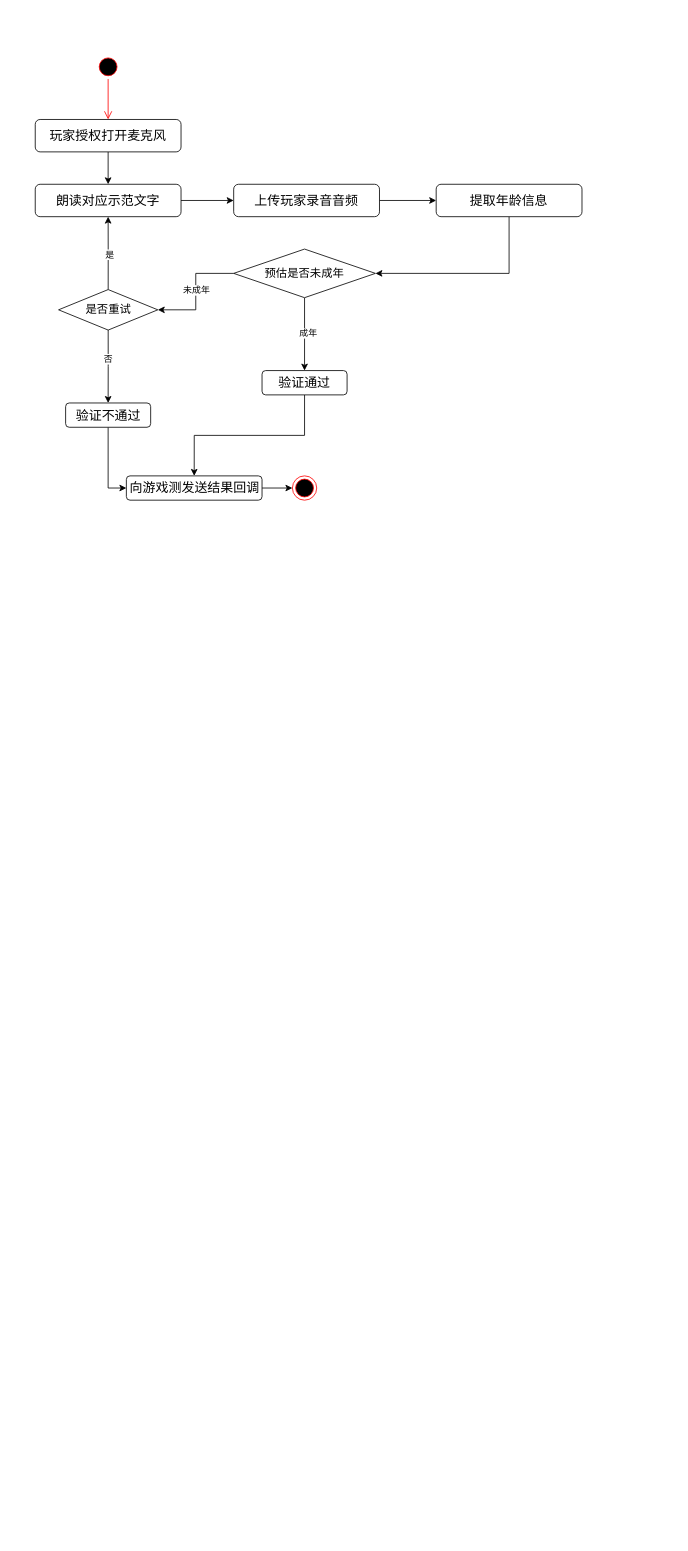
Chuhan1112/Chuhan1112.github.io keeps this draw.io diagram as 年龄预估活动图.drawio. Above is the earlier version. Source tidied: cells renumbered, new cells numbered last; positions are measured from the earlier drawing's top-left corner, leaving out a move shared by most shapes. Both pictures are drawn from the tidied source at 81%, with x=0, y=0 at pixel (35, 54).
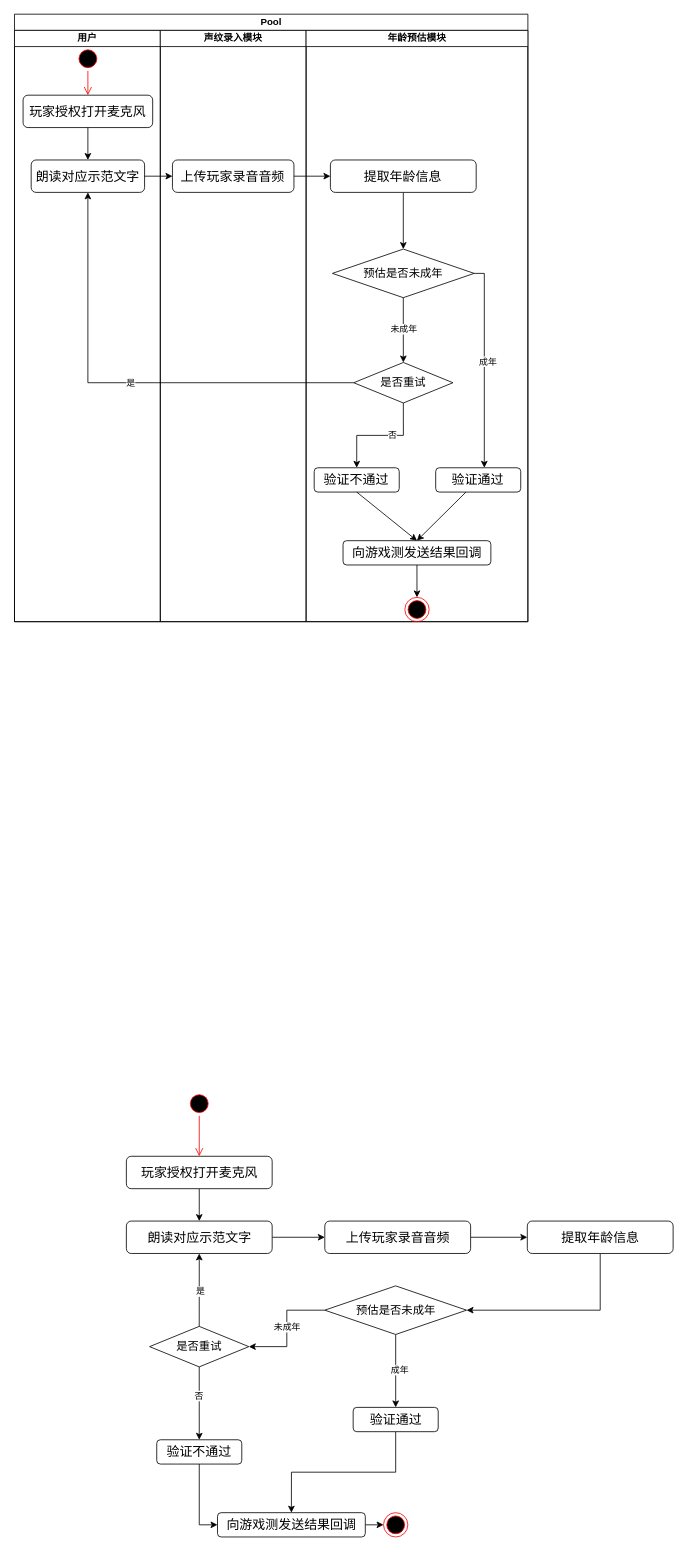
The same page after the edit.

Commit message:
更新年龄预估活动图.drawio

Diff of the diagram source:
```diff
@@
-    <mxCell id="2" style="ellipse;html=1;shape=endState;fillColor=#000000;strokeColor=#ff0000;" parent="1" vertex="1">
-      <mxGeometry x="317.5" y="520" width="30" height="30" as="geometry" />
-    </mxCell>
+    <mxCell id="29" style="ellipse;html=1;shape=endState;fillColor=#000000;strokeColor=#ff0000;" parent="1" vertex="1">
+      <mxGeometry x="430" y="1800" width="30" height="30" as="geometry" />
+    </mxCell>
+    <mxCell id="30" style="ellipse;html=1;shape=startState;fillColor=#000000;strokeColor=#ff0000;" parent="1" vertex="1">
+      <mxGeometry x="187.5" y="1280" width="30" height="30" as="geometry" />
+    </mxCell>
+    <mxCell id="31" style="edgeStyle=orthogonalEdgeStyle;html=1;verticalAlign=bottom;endArrow=open;endSize=8;strokeColor=#ff0000;rounded=0;entryX=0.5;entryY=0;entryDx=0;entryDy=0;" parent="1" edge="1" source="30" target="33">
+      <mxGeometry relative="1" as="geometry" />
+    </mxCell>
+    <mxCell id="32" style="edgeStyle=orthogonalEdgeStyle;rounded=0;jettySize=auto;html=1;" parent="1" edge="1" source="33" target="35">
+      <mxGeometry relative="1" as="geometry" />
+    </mxCell>
+    <mxCell id="33" value="&lt;font style=&quot;font-size: 16px;&quot; face=&quot;Lucida Console&quot;&gt;玩家授权打开麦克风&lt;/font&gt;" style="rounded=1;whiteSpace=wrap;html=1;" parent="1" vertex="1">
+      <mxGeometry x="112.5" y="1360" width="180" height="40" as="geometry" />
+    </mxCell>
+    <mxCell id="34" style="edgeStyle=orthogonalEdgeStyle;rounded=0;jettySize=auto;html=1;exitX=1;exitY=0.5;exitDx=0;exitDy=0;entryX=0;entryY=0.5;entryDx=0;entryDy=0;" parent="1" edge="1" source="35" target="37">
+      <mxGeometry relative="1" as="geometry" />
+    </mxCell>
+    <mxCell id="35" value="&lt;font face=&quot;Lucida Console&quot; style=&quot;font-size: 16px;&quot;&gt;朗读对应示范文字&lt;/font&gt;" style="rounded=1;whiteSpace=wrap;html=1;" parent="1" vertex="1">
+      <mxGeometry x="112.5" y="1440" width="180" height="40" as="geometry" />
+    </mxCell>
+    <mxCell id="36" style="edgeStyle=orthogonalEdgeStyle;rounded=0;jettySize=auto;html=1;exitX=1;exitY=0.5;exitDx=0;exitDy=0;entryX=0;entryY=0.5;entryDx=0;entryDy=0;" parent="1" edge="1" source="37" target="39">
+      <mxGeometry relative="1" as="geometry" />
+    </mxCell>
+    <mxCell id="37" value="&lt;font face=&quot;Lucida Console&quot; style=&quot;font-size: 16px;&quot;&gt;上传玩家录音音频&lt;/font&gt;" style="rounded=1;whiteSpace=wrap;html=1;" parent="1" vertex="1">
+      <mxGeometry x="357.5" y="1440" width="180" height="40" as="geometry" />
+    </mxCell>
+    <mxCell id="38" style="edgeStyle=orthogonalEdgeStyle;rounded=0;jettySize=auto;html=1;exitX=0.5;exitY=1;exitDx=0;exitDy=0;entryX=1;entryY=0.5;entryDx=0;entryDy=0;" parent="1" edge="1" source="39" target="44">
+      <mxGeometry relative="1" as="geometry">
+        <Array as="points">
+          <mxPoint x="697.5" y="1550" />
+        </Array>
+      </mxGeometry>
+    </mxCell>
+    <mxCell id="39" value="&lt;font size=&quot;3&quot; face=&quot;Lucida Console&quot;&gt;提取年龄信息&lt;/font&gt;" style="rounded=1;whiteSpace=wrap;html=1;" parent="1" vertex="1">
+      <mxGeometry x="607.5" y="1440" width="180" height="40" as="geometry" />
+    </mxCell>
+    <mxCell id="40" style="edgeStyle=orthogonalEdgeStyle;rounded=0;jettySize=auto;html=1;exitX=0;exitY=0.5;exitDx=0;exitDy=0;entryX=1;entryY=0.5;entryDx=0;entryDy=0;" parent="1" edge="1" source="44" target="51">
+      <mxGeometry relative="1" as="geometry" />
+    </mxCell>
+    <mxCell id="41" value="未成年" style="edgeLabel;html=1;align=center;verticalAlign=middle;" parent="40" vertex="1">
+      <mxGeometry x="-0.04" y="-1" relative="1" as="geometry">
+        <mxPoint x="1" as="offset" />
+      </mxGeometry>
+    </mxCell>
+    <mxCell id="42" style="edgeStyle=orthogonalEdgeStyle;rounded=0;jettySize=auto;html=1;exitX=0.5;exitY=1;exitDx=0;exitDy=0;" parent="1" edge="1" source="44" target="46">
+      <mxGeometry relative="1" as="geometry" />
+    </mxCell>
+    <mxCell id="43" value="成年" style="edgeLabel;html=1;align=center;verticalAlign=middle;" parent="42" vertex="1">
+      <mxGeometry x="-0.04" y="4" relative="1" as="geometry" />
+    </mxCell>
+    <mxCell id="44" value="&lt;span style=&quot;font-size: 14px;&quot;&gt;预估是否未成年&lt;/span&gt;" style="rhombus;whiteSpace=wrap;html=1;" parent="1" vertex="1">
+      <mxGeometry x="357.5" y="1520" width="175" height="60" as="geometry" />
+    </mxCell>
+    <mxCell id="45" style="edgeStyle=orthogonalEdgeStyle;rounded=0;jettySize=auto;html=1;entryX=0.5;entryY=0;entryDx=0;entryDy=0;" parent="1" edge="1" source="46" target="55">
+      <mxGeometry relative="1" as="geometry" />
+    </mxCell>
+    <mxCell id="46" value="&lt;font size=&quot;3&quot; face=&quot;Lucida Console&quot;&gt;验证通过&lt;/font&gt;" style="rounded=1;whiteSpace=wrap;html=1;" parent="1" vertex="1">
+      <mxGeometry x="392.5" y="1670" width="105" height="30" as="geometry" />
+    </mxCell>
+    <mxCell id="47" style="edgeStyle=orthogonalEdgeStyle;rounded=0;jettySize=auto;html=1;exitX=0.5;exitY=0;exitDx=0;exitDy=0;entryX=0.5;entryY=1;entryDx=0;entryDy=0;" parent="1" edge="1" source="51" target="35">
+      <mxGeometry relative="1" as="geometry" />
+    </mxCell>
+    <mxCell id="48" value="是" style="edgeLabel;html=1;align=center;verticalAlign=middle;" parent="47" vertex="1">
+      <mxGeometry x="-0.02" y="-1" relative="1" as="geometry" />
+    </mxCell>
+    <mxCell id="49" style="edgeStyle=orthogonalEdgeStyle;rounded=0;jettySize=auto;html=1;exitX=0.5;exitY=1;exitDx=0;exitDy=0;entryX=0.5;entryY=0;entryDx=0;entryDy=0;" parent="1" edge="1" source="51" target="53">
+      <mxGeometry relative="1" as="geometry" />
+    </mxCell>
+    <mxCell id="50" value="否" style="edgeLabel;html=1;align=center;verticalAlign=middle;" parent="49" vertex="1">
+      <mxGeometry x="-0.22" y="-1" relative="1" as="geometry" />
+    </mxCell>
+    <mxCell id="51" value="&lt;span style=&quot;font-size: 14px;&quot;&gt;是否重试&lt;/span&gt;" style="rhombus;whiteSpace=wrap;html=1;" parent="1" vertex="1">
+      <mxGeometry x="141.2" y="1570" width="122.5" height="50" as="geometry" />
+    </mxCell>
+    <mxCell id="52" style="edgeStyle=orthogonalEdgeStyle;rounded=0;jettySize=auto;html=1;exitX=0.5;exitY=1;exitDx=0;exitDy=0;entryX=0;entryY=0.5;entryDx=0;entryDy=0;" parent="1" edge="1" source="53" target="55">
+      <mxGeometry relative="1" as="geometry" />
+    </mxCell>
+    <mxCell id="53" value="&lt;font size=&quot;3&quot; face=&quot;Lucida Console&quot;&gt;验证不通过&lt;/font&gt;" style="rounded=1;whiteSpace=wrap;html=1;" parent="1" vertex="1">
+      <mxGeometry x="150" y="1710" width="105" height="30" as="geometry" />
+    </mxCell>
+    <mxCell id="54" style="edgeStyle=orthogonalEdgeStyle;rounded=0;jettySize=auto;html=1;exitX=1;exitY=0.5;exitDx=0;exitDy=0;entryX=0;entryY=0.5;entryDx=0;entryDy=0;" parent="1" edge="1" source="55" target="29">
+      <mxGeometry relative="1" as="geometry" />
+    </mxCell>
+    <mxCell id="55" value="&lt;font size=&quot;3&quot; face=&quot;Lucida Console&quot;&gt;向游戏测发送结果回调&lt;/font&gt;" style="rounded=1;whiteSpace=wrap;html=1;" parent="1" vertex="1">
+      <mxGeometry x="225" y="1800" width="182.5" height="30" as="geometry" />
+    </mxCell>
+    <mxCell id="56" value="Pool" style="swimlane;startSize=20;html=1;" parent="1" vertex="1">
+      <mxGeometry x="-25.6" y="-50" width="633.8" height="750" as="geometry" />
+    </mxCell>
+    <mxCell id="57" value="用户" style="swimlane;startSize=20;html=1;" parent="56" vertex="1">
+      <mxGeometry y="20" width="180" height="730" as="geometry" />
+    </mxCell>
-    <mxCell id="3" style="ellipse;html=1;shape=startState;fillColor=#000000;strokeColor=#ff0000;" parent="1" vertex="1">
-      <mxGeometry x="75" width="30" height="30" as="geometry" />
+    <mxCell id="3" style="ellipse;html=1;shape=startState;fillColor=#000000;strokeColor=#ff0000;" parent="57" vertex="1">
+      <mxGeometry x="75.6" y="20" width="30" height="30" as="geometry" />
     </mxCell>
-    <mxCell id="4" style="edgeStyle=orthogonalEdgeStyle;html=1;verticalAlign=bottom;endArrow=open;endSize=8;strokeColor=#ff0000;rounded=0;entryX=0.5;entryY=0;entryDx=0;entryDy=0;" parent="1" edge="1" source="3" target="6">
+    <mxCell id="4" style="edgeStyle=orthogonalEdgeStyle;html=1;verticalAlign=bottom;endArrow=open;endSize=8;strokeColor=#ff0000;rounded=0;entryX=0.5;entryY=0;entryDx=0;entryDy=0;" parent="57" edge="1" source="3" target="6">
       <mxGeometry relative="1" as="geometry" />
     </mxCell>
+    <mxCell id="6" value="&lt;font style=&quot;font-size: 16px;&quot; face=&quot;Lucida Console&quot;&gt;玩家授权打开麦克风&lt;/font&gt;" style="rounded=1;whiteSpace=wrap;html=1;" parent="57" vertex="1">
+      <mxGeometry x="10.6" y="80" width="160" height="40" as="geometry" />
+    </mxCell>
+    <mxCell id="8" value="&lt;font face=&quot;Lucida Console&quot; style=&quot;font-size: 16px;&quot;&gt;朗读对应示范文字&lt;/font&gt;" style="rounded=1;whiteSpace=wrap;html=1;" parent="57" vertex="1">
+      <mxGeometry x="20.6" y="160" width="140" height="40" as="geometry" />
+    </mxCell>
-    <mxCell id="5" style="edgeStyle=orthogonalEdgeStyle;rounded=0;jettySize=auto;html=1;" parent="1" edge="1" source="6" target="8">
+    <mxCell id="5" style="edgeStyle=orthogonalEdgeStyle;rounded=0;jettySize=auto;html=1;" parent="57" edge="1" source="6" target="8">
       <mxGeometry relative="1" as="geometry" />
     </mxCell>
-    <mxCell id="6" value="&lt;font style=&quot;font-size: 16px;&quot; face=&quot;Lucida Console&quot;&gt;玩家授权打开麦克风&lt;/font&gt;" style="rounded=1;whiteSpace=wrap;html=1;" parent="1" vertex="1">
-      <mxGeometry y="80" width="180" height="40" as="geometry" />
-    </mxCell>
+    <mxCell id="58" value="声纹录入模块" style="swimlane;startSize=20;html=1;" parent="56" vertex="1">
+      <mxGeometry x="180" y="20" width="180" height="730" as="geometry" />
+    </mxCell>
+    <mxCell id="10" value="&lt;font face=&quot;Lucida Console&quot; style=&quot;font-size: 16px;&quot;&gt;上传玩家录音音频&lt;/font&gt;" style="rounded=1;whiteSpace=wrap;html=1;" parent="58" vertex="1">
+      <mxGeometry x="15" y="160" width="150" height="40" as="geometry" />
+    </mxCell>
-    <mxCell id="7" style="edgeStyle=orthogonalEdgeStyle;rounded=0;jettySize=auto;html=1;exitX=1;exitY=0.5;exitDx=0;exitDy=0;entryX=0;entryY=0.5;entryDx=0;entryDy=0;" parent="1" edge="1" source="8" target="10">
+    <mxCell id="7" style="edgeStyle=orthogonalEdgeStyle;rounded=0;jettySize=auto;html=1;exitX=1;exitY=0.5;exitDx=0;exitDy=0;entryX=0;entryY=0.5;entryDx=0;entryDy=0;" parent="56" edge="1" source="8" target="10">
       <mxGeometry relative="1" as="geometry" />
     </mxCell>
-    <mxCell id="8" value="&lt;font face=&quot;Lucida Console&quot; style=&quot;font-size: 16px;&quot;&gt;朗读对应示范文字&lt;/font&gt;" style="rounded=1;whiteSpace=wrap;html=1;" parent="1" vertex="1">
-      <mxGeometry y="160" width="180" height="40" as="geometry" />
-    </mxCell>
-    <mxCell id="9" style="edgeStyle=orthogonalEdgeStyle;rounded=0;jettySize=auto;html=1;exitX=1;exitY=0.5;exitDx=0;exitDy=0;entryX=0;entryY=0.5;entryDx=0;entryDy=0;" parent="1" edge="1" source="10" target="12">
+    <mxCell id="9" style="edgeStyle=orthogonalEdgeStyle;rounded=0;jettySize=auto;html=1;exitX=1;exitY=0.5;exitDx=0;exitDy=0;entryX=0;entryY=0.5;entryDx=0;entryDy=0;" parent="56" edge="1" source="10" target="12">
       <mxGeometry relative="1" as="geometry" />
     </mxCell>
-    <mxCell id="10" value="&lt;font face=&quot;Lucida Console&quot; style=&quot;font-size: 16px;&quot;&gt;上传玩家录音音频&lt;/font&gt;" style="rounded=1;whiteSpace=wrap;html=1;" parent="1" vertex="1">
-      <mxGeometry x="245" y="160" width="180" height="40" as="geometry" />
-    </mxCell>
+    <mxCell id="20" style="edgeStyle=orthogonalEdgeStyle;rounded=0;jettySize=auto;html=1;exitX=0;exitY=0.5;exitDx=0;exitDy=0;entryX=0.5;entryY=1;entryDx=0;entryDy=0;" parent="56" edge="1" source="24" target="8">
+      <mxGeometry relative="1" as="geometry" />
+    </mxCell>
+    <mxCell id="21" value="是" style="edgeLabel;html=1;align=center;verticalAlign=middle;" parent="20" vertex="1">
+      <mxGeometry x="-0.02" y="-1" relative="1" as="geometry" />
+    </mxCell>
+    <mxCell id="59" value="年龄预估模块" style="swimlane;startSize=20;html=1;" parent="56" vertex="1">
+      <mxGeometry x="360" y="20" width="273.8" height="730" as="geometry" />
+    </mxCell>
-    <mxCell id="11" style="edgeStyle=orthogonalEdgeStyle;rounded=0;jettySize=auto;html=1;exitX=0.5;exitY=1;exitDx=0;exitDy=0;entryX=1;entryY=0.5;entryDx=0;entryDy=0;" parent="1" edge="1" source="12" target="17">
-      <mxGeometry relative="1" as="geometry">
-        <Array as="points">
-          <mxPoint x="585" y="270" />
-        </Array>
-      </mxGeometry>
+    <mxCell id="11" style="edgeStyle=orthogonalEdgeStyle;rounded=0;jettySize=auto;html=1;entryX=0.5;entryY=0;entryDx=0;entryDy=0;" parent="59" edge="1" source="12" target="17">
+      <mxGeometry relative="1" as="geometry" />
     </mxCell>
-    <mxCell id="12" value="&lt;font size=&quot;3&quot; face=&quot;Lucida Console&quot;&gt;提取年龄信息&lt;/font&gt;" style="rounded=1;whiteSpace=wrap;html=1;" parent="1" vertex="1">
-      <mxGeometry x="495" y="160" width="180" height="40" as="geometry" />
+    <mxCell id="12" value="&lt;font size=&quot;3&quot; face=&quot;Lucida Console&quot;&gt;提取年龄信息&lt;/font&gt;" style="rounded=1;whiteSpace=wrap;html=1;" parent="59" vertex="1">
+      <mxGeometry x="30" y="160" width="180" height="40" as="geometry" />
     </mxCell>
+    <mxCell id="17" value="&lt;span style=&quot;font-size: 14px;&quot;&gt;预估是否未成年&lt;/span&gt;" style="rhombus;whiteSpace=wrap;html=1;" parent="59" vertex="1">
+      <mxGeometry x="32.5" y="270" width="175" height="60" as="geometry" />
+    </mxCell>
+    <mxCell id="24" value="&lt;span style=&quot;font-size: 14px;&quot;&gt;是否重试&lt;/span&gt;" style="rhombus;whiteSpace=wrap;html=1;" parent="59" vertex="1">
+      <mxGeometry x="58.8" y="410" width="122.5" height="50" as="geometry" />
+    </mxCell>
-    <mxCell id="13" style="edgeStyle=orthogonalEdgeStyle;rounded=0;jettySize=auto;html=1;exitX=0;exitY=0.5;exitDx=0;exitDy=0;entryX=1;entryY=0.5;entryDx=0;entryDy=0;" parent="1" edge="1" source="17" target="24">
+    <mxCell id="13" style="edgeStyle=orthogonalEdgeStyle;rounded=0;jettySize=auto;html=1;exitX=0.5;exitY=1;exitDx=0;exitDy=0;entryX=0.5;entryY=0;entryDx=0;entryDy=0;" parent="59" edge="1" source="17" target="24">
       <mxGeometry relative="1" as="geometry" />
     </mxCell>
@@
+    <mxCell id="19" value="&lt;font size=&quot;3&quot; face=&quot;Lucida Console&quot;&gt;验证通过&lt;/font&gt;" style="rounded=1;whiteSpace=wrap;html=1;" parent="59" vertex="1">
+      <mxGeometry x="160" y="540" width="105" height="30" as="geometry" />
+    </mxCell>
-    <mxCell id="15" style="edgeStyle=orthogonalEdgeStyle;rounded=0;jettySize=auto;html=1;exitX=0.5;exitY=1;exitDx=0;exitDy=0;" parent="1" edge="1" source="17" target="19">
-      <mxGeometry relative="1" as="geometry" />
+    <mxCell id="15" style="edgeStyle=orthogonalEdgeStyle;rounded=0;jettySize=auto;html=1;exitX=1;exitY=0.5;exitDx=0;exitDy=0;" parent="59" edge="1" source="17" target="19">
+      <mxGeometry relative="1" as="geometry">
+        <Array as="points">
+          <mxPoint x="220" y="300" />
+        </Array>
+      </mxGeometry>
     </mxCell>
@@
-    <mxCell id="17" value="&lt;span style=&quot;font-size: 14px;&quot;&gt;预估是否未成年&lt;/span&gt;" style="rhombus;whiteSpace=wrap;html=1;" parent="1" vertex="1">
-      <mxGeometry x="245" y="240" width="175" height="60" as="geometry" />
-    </mxCell>
-    <mxCell id="18" style="edgeStyle=orthogonalEdgeStyle;rounded=0;jettySize=auto;html=1;entryX=0.5;entryY=0;entryDx=0;entryDy=0;" parent="1" edge="1" source="19" target="28">
-      <mxGeometry relative="1" as="geometry" />
-    </mxCell>
-    <mxCell id="19" value="&lt;font size=&quot;3&quot; face=&quot;Lucida Console&quot;&gt;验证通过&lt;/font&gt;" style="rounded=1;whiteSpace=wrap;html=1;" parent="1" vertex="1">
-      <mxGeometry x="280" y="390" width="105" height="30" as="geometry" />
-    </mxCell>
-    <mxCell id="20" style="edgeStyle=orthogonalEdgeStyle;rounded=0;jettySize=auto;html=1;exitX=0.5;exitY=0;exitDx=0;exitDy=0;entryX=0.5;entryY=1;entryDx=0;entryDy=0;" parent="1" edge="1" source="24" target="8">
-      <mxGeometry relative="1" as="geometry" />
-    </mxCell>
-    <mxCell id="21" value="是" style="edgeLabel;html=1;align=center;verticalAlign=middle;" parent="20" vertex="1">
-      <mxGeometry x="-0.02" y="-1" relative="1" as="geometry" />
-    </mxCell>
+    <mxCell id="26" value="&lt;font size=&quot;3&quot; face=&quot;Lucida Console&quot;&gt;验证不通过&lt;/font&gt;" style="rounded=1;whiteSpace=wrap;html=1;" parent="59" vertex="1">
+      <mxGeometry x="10" y="540" width="105" height="30" as="geometry" />
+    </mxCell>
-    <mxCell id="22" style="edgeStyle=orthogonalEdgeStyle;rounded=0;jettySize=auto;html=1;exitX=0.5;exitY=1;exitDx=0;exitDy=0;entryX=0.5;entryY=0;entryDx=0;entryDy=0;" parent="1" edge="1" source="24" target="26">
+    <mxCell id="22" style="edgeStyle=orthogonalEdgeStyle;rounded=0;jettySize=auto;html=1;exitX=0.5;exitY=1;exitDx=0;exitDy=0;entryX=0.5;entryY=0;entryDx=0;entryDy=0;" parent="59" edge="1" source="24" target="26">
       <mxGeometry relative="1" as="geometry" />
     </mxCell>
@@
-    <mxCell id="24" value="&lt;span style=&quot;font-size: 14px;&quot;&gt;是否重试&lt;/span&gt;" style="rhombus;whiteSpace=wrap;html=1;" parent="1" vertex="1">
-      <mxGeometry x="28.8" y="290" width="122.5" height="50" as="geometry" />
-    </mxCell>
-    <mxCell id="25" style="edgeStyle=orthogonalEdgeStyle;rounded=0;jettySize=auto;html=1;exitX=0.5;exitY=1;exitDx=0;exitDy=0;entryX=0;entryY=0.5;entryDx=0;entryDy=0;" parent="1" edge="1" source="26" target="28">
-      <mxGeometry relative="1" as="geometry" />
-    </mxCell>
-    <mxCell id="26" value="&lt;font size=&quot;3&quot; face=&quot;Lucida Console&quot;&gt;验证不通过&lt;/font&gt;" style="rounded=1;whiteSpace=wrap;html=1;" parent="1" vertex="1">
-      <mxGeometry x="37.5" y="430" width="105" height="30" as="geometry" />
-    </mxCell>
-    <mxCell id="27" style="edgeStyle=orthogonalEdgeStyle;rounded=0;jettySize=auto;html=1;exitX=1;exitY=0.5;exitDx=0;exitDy=0;entryX=0;entryY=0.5;entryDx=0;entryDy=0;" parent="1" edge="1" source="28" target="2">
+    <mxCell id="27" style="edgeStyle=orthogonalEdgeStyle;rounded=0;jettySize=auto;html=1;exitX=0.5;exitY=1;exitDx=0;exitDy=0;entryX=0.5;entryY=0;entryDx=0;entryDy=0;" parent="59" edge="1" source="28" target="2">
       <mxGeometry relative="1" as="geometry" />
     </mxCell>
-    <mxCell id="28" value="&lt;font size=&quot;3&quot; face=&quot;Lucida Console&quot;&gt;向游戏测发送结果回调&lt;/font&gt;" style="rounded=1;whiteSpace=wrap;html=1;" parent="1" vertex="1">
-      <mxGeometry x="112.5" y="520" width="167.5" height="30" as="geometry" />
+    <mxCell id="28" value="&lt;font size=&quot;3&quot; face=&quot;Lucida Console&quot;&gt;向游戏测发送结果回调&lt;/font&gt;" style="rounded=1;whiteSpace=wrap;html=1;" parent="59" vertex="1">
+      <mxGeometry x="45.6" y="630" width="182.5" height="30" as="geometry" />
     </mxCell>
+    <mxCell id="18" style="rounded=0;jettySize=auto;html=1;entryX=0.5;entryY=0;entryDx=0;entryDy=0;" parent="59" edge="1" source="19" target="28">
+      <mxGeometry relative="1" as="geometry" />
+    </mxCell>
+    <mxCell id="25" style="rounded=0;jettySize=auto;html=1;exitX=0.5;exitY=1;exitDx=0;exitDy=0;entryX=0.5;entryY=0;entryDx=0;entryDy=0;" parent="59" edge="1" source="26" target="28">
+      <mxGeometry relative="1" as="geometry" />
+    </mxCell>
+    <mxCell id="2" style="ellipse;html=1;shape=endState;fillColor=#000000;strokeColor=#ff0000;" parent="59" vertex="1">
+      <mxGeometry x="121.9" y="700" width="30" height="30" as="geometry" />
+    </mxCell>
```
